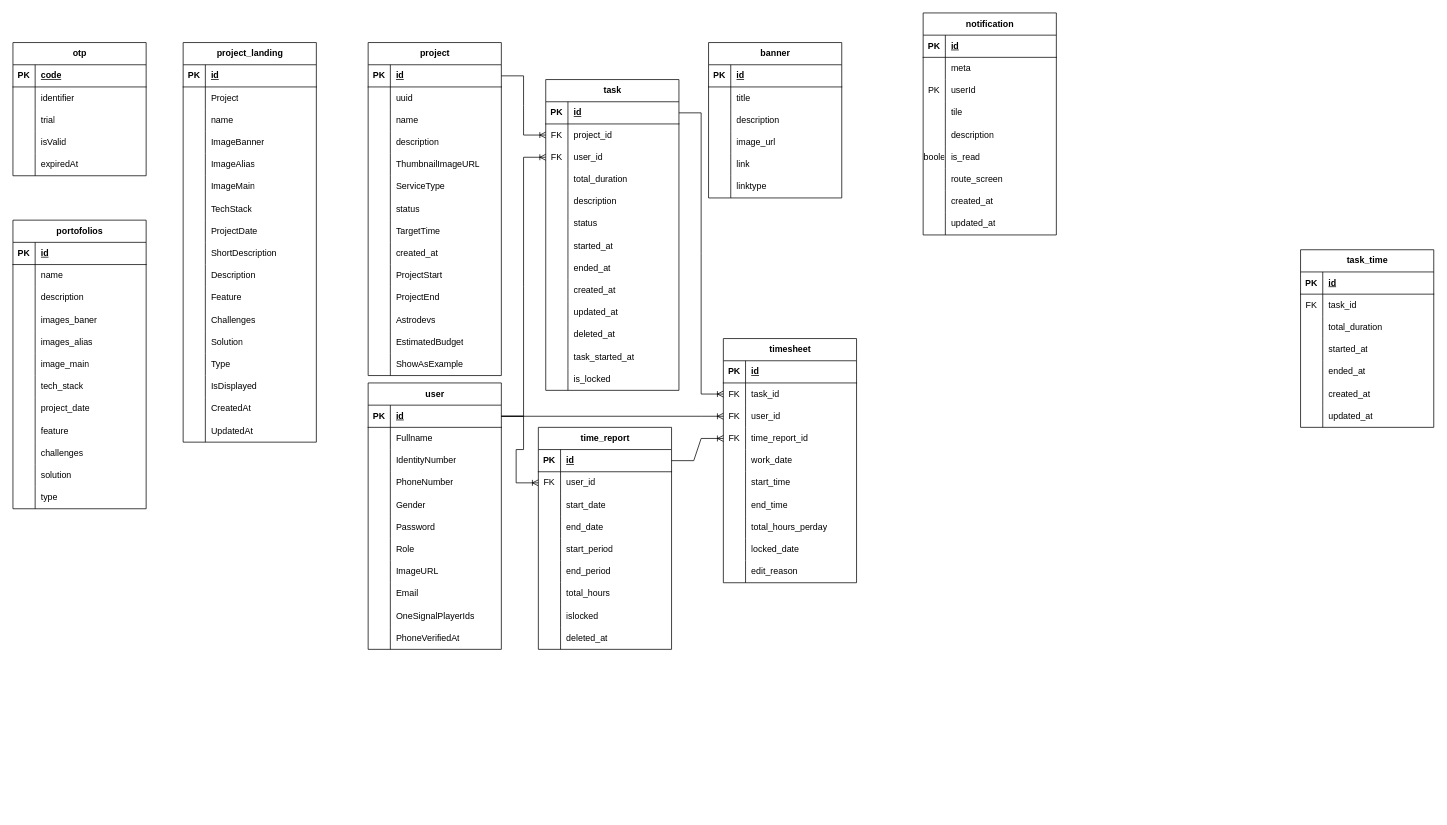
Before: starspace/db_codespacex.drawio in DemoNicky/technical-test, a draw.io diagram. Source tidied: cells renumbered, new cells numbered last; positions are measured from the earlier drawing's top-left corner, leaving out a move shared by most shapes. Both pictures are drawn from the tidied source at 74%, with x=0, y=0 at pixel (13, 13).
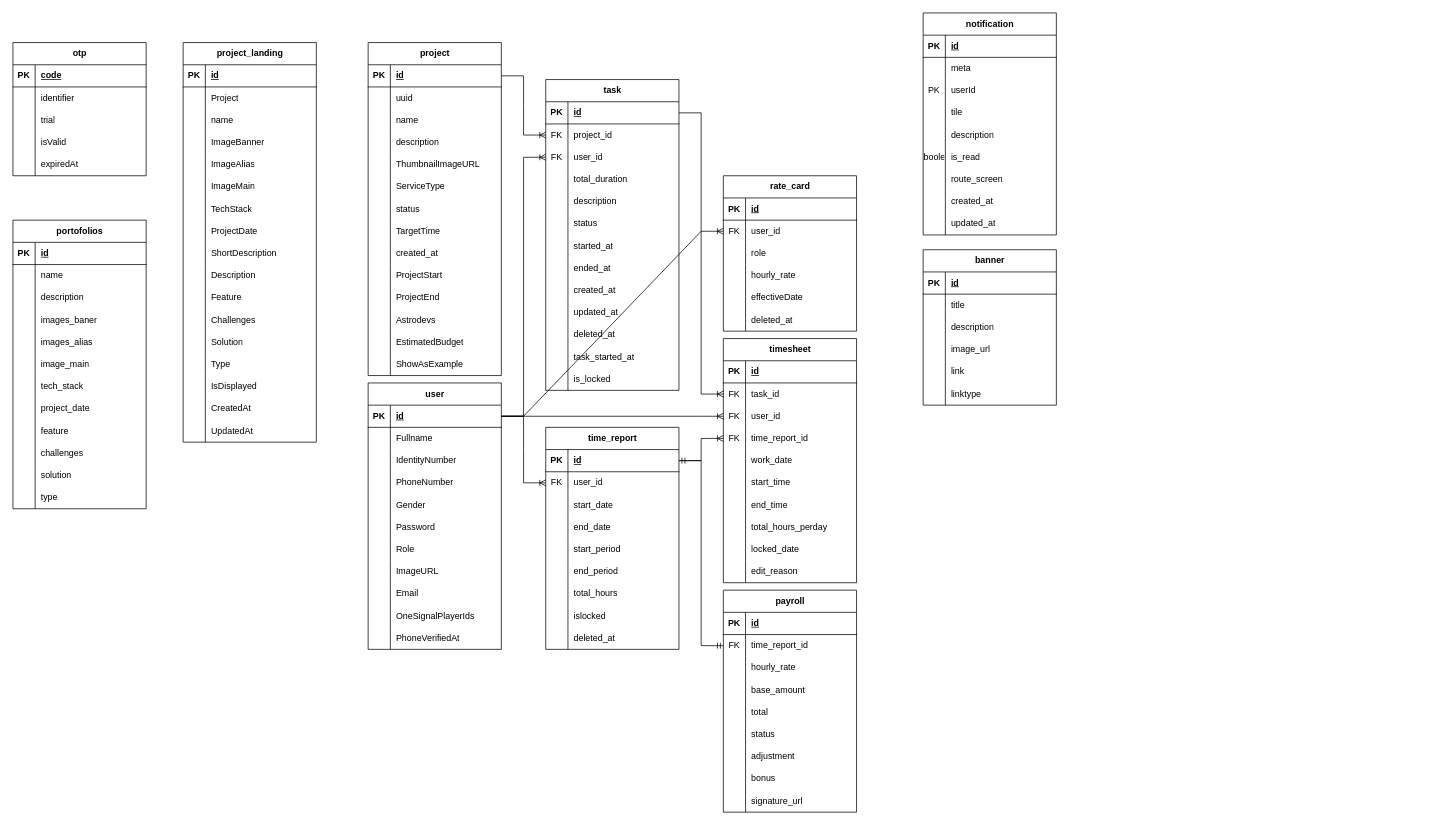
After the change.

The change refers to these unchanged cells:
```xml
<mxCell id="198" style="shape=tableRow;horizontal=0;startSize=0;swimlaneHead=0;swimlaneBody=0;fillColor=none;points=[[0,0.5],[1,0.5]];portConstraint=eastwest;top=0;left=0;right=0;bottom=1;" parent="197" vertex="1">
  <mxGeometry y="30" width="180" height="30" as="geometry" />
</mxCell>
<mxCell id="329" style="shape=tableRow;horizontal=0;startSize=0;swimlaneHead=0;swimlaneBody=0;fillColor=none;points=[[0,0.5],[1,0.5]];portConstraint=eastwest;top=0;left=0;right=0;bottom=1;" parent="328" vertex="1">
  <mxGeometry y="30" width="180" height="30" as="geometry" />
</mxCell>
```

The edit, as a diff of the source:
```diff
@@
     <mxCell id="18" value="banner" style="shape=table;startSize=30;childLayout=tableLayout;rowLines=0;fontStyle=1;align=center;html=1;" parent="1" vertex="1">
-      <mxGeometry x="940" y="40" width="180" height="210" as="geometry" />
+      <mxGeometry x="1230" y="320" width="180" height="210" as="geometry" />
     </mxCell>
@@
-    <mxCell id="271" value="task_time" style="shape=table;startSize=30;childLayout=tableLayout;rowLines=0;fontStyle=1;align=center;html=1;" parent="1" vertex="1">
-      <mxGeometry x="1740" y="320" width="180" height="240" as="geometry" />
-    </mxCell>
-    <mxCell id="272" style="shape=tableRow;horizontal=0;startSize=0;swimlaneHead=0;swimlaneBody=0;fillColor=none;top=0;left=0;right=0;bottom=1;" parent="271" vertex="1">
-      <mxGeometry y="30" width="180" height="30" as="geometry" />
-    </mxCell>
-    <mxCell id="273" value="PK" style="shape=partialRectangle;fillColor=none;top=0;left=0;bottom=0;right=0;fontStyle=1;overflow=hidden;whiteSpace=wrap;html=1;" parent="272" vertex="1">
-      <mxGeometry width="30" height="30" as="geometry" />
-    </mxCell>
-    <mxCell id="274" value="id" style="shape=partialRectangle;fillColor=none;top=0;left=0;bottom=0;right=0;align=left;spacingLeft=6;fontStyle=5;overflow=hidden;whiteSpace=wrap;html=1;" parent="272" vertex="1">
-      <mxGeometry x="30" width="150" height="30" as="geometry" />
-    </mxCell>
-    <mxCell id="275" style="shape=tableRow;horizontal=0;startSize=0;swimlaneHead=0;swimlaneBody=0;fillColor=none;top=0;left=0;right=0;bottom=0;" parent="271" vertex="1">
-      <mxGeometry y="60" width="180" height="30" as="geometry" />
-    </mxCell>
-    <mxCell id="276" value="FK" style="shape=partialRectangle;fillColor=none;top=0;left=0;bottom=0;right=0;overflow=hidden;whiteSpace=wrap;html=1;" parent="275" vertex="1">
-      <mxGeometry width="30" height="30" as="geometry" />
-    </mxCell>
-    <mxCell id="277" value="task_id" style="shape=partialRectangle;fillColor=none;top=0;left=0;bottom=0;right=0;align=left;spacingLeft=6;overflow=hidden;whiteSpace=wrap;html=1;" parent="275" vertex="1">
-      <mxGeometry x="30" width="150" height="30" as="geometry" />
-    </mxCell>
-    <mxCell id="278" style="shape=tableRow;horizontal=0;startSize=0;swimlaneHead=0;swimlaneBody=0;fillColor=none;top=0;left=0;right=0;bottom=0;" parent="271" vertex="1">
-      <mxGeometry y="90" width="180" height="30" as="geometry" />
-    </mxCell>
-    <mxCell id="279" style="shape=partialRectangle;fillColor=none;top=0;left=0;bottom=0;right=0;overflow=hidden;whiteSpace=wrap;html=1;" parent="278" vertex="1">
-      <mxGeometry width="30" height="30" as="geometry" />
-    </mxCell>
-    <mxCell id="280" value="total_duration" style="shape=partialRectangle;fillColor=none;top=0;left=0;bottom=0;right=0;align=left;spacingLeft=6;overflow=hidden;whiteSpace=wrap;html=1;" parent="278" vertex="1">
-      <mxGeometry x="30" width="150" height="30" as="geometry" />
-    </mxCell>
-    <mxCell id="281" style="shape=tableRow;horizontal=0;startSize=0;swimlaneHead=0;swimlaneBody=0;fillColor=none;top=0;left=0;right=0;bottom=0;" parent="271" vertex="1">
-      <mxGeometry y="120" width="180" height="30" as="geometry" />
-    </mxCell>
-    <mxCell id="282" style="shape=partialRectangle;fillColor=none;top=0;left=0;bottom=0;right=0;overflow=hidden;whiteSpace=wrap;html=1;" parent="281" vertex="1">
-      <mxGeometry width="30" height="30" as="geometry" />
-    </mxCell>
-    <mxCell id="283" value="started_at" style="shape=partialRectangle;fillColor=none;top=0;left=0;bottom=0;right=0;align=left;spacingLeft=6;overflow=hidden;whiteSpace=wrap;html=1;" parent="281" vertex="1">
-      <mxGeometry x="30" width="150" height="30" as="geometry" />
-    </mxCell>
-    <mxCell id="284" style="shape=tableRow;horizontal=0;startSize=0;swimlaneHead=0;swimlaneBody=0;fillColor=none;top=0;left=0;right=0;bottom=0;" parent="271" vertex="1">
-      <mxGeometry y="150" width="180" height="30" as="geometry" />
-    </mxCell>
-    <mxCell id="285" style="shape=partialRectangle;fillColor=none;top=0;left=0;bottom=0;right=0;overflow=hidden;whiteSpace=wrap;html=1;" parent="284" vertex="1">
-      <mxGeometry width="30" height="30" as="geometry" />
-    </mxCell>
-    <mxCell id="286" value="ended_at" style="shape=partialRectangle;fillColor=none;top=0;left=0;bottom=0;right=0;align=left;spacingLeft=6;overflow=hidden;whiteSpace=wrap;html=1;" parent="284" vertex="1">
-      <mxGeometry x="30" width="150" height="30" as="geometry" />
-    </mxCell>
-    <mxCell id="287" style="shape=tableRow;horizontal=0;startSize=0;swimlaneHead=0;swimlaneBody=0;fillColor=none;top=0;left=0;right=0;bottom=0;" parent="271" vertex="1">
-      <mxGeometry y="180" width="180" height="30" as="geometry" />
-    </mxCell>
-    <mxCell id="288" style="shape=partialRectangle;fillColor=none;top=0;left=0;bottom=0;right=0;overflow=hidden;whiteSpace=wrap;html=1;" parent="287" vertex="1">
-      <mxGeometry width="30" height="30" as="geometry" />
-    </mxCell>
-    <mxCell id="289" value="created_at" style="shape=partialRectangle;fillColor=none;top=0;left=0;bottom=0;right=0;align=left;spacingLeft=6;overflow=hidden;whiteSpace=wrap;html=1;" parent="287" vertex="1">
-      <mxGeometry x="30" width="150" height="30" as="geometry" />
-    </mxCell>
-    <mxCell id="290" style="shape=tableRow;horizontal=0;startSize=0;swimlaneHead=0;swimlaneBody=0;fillColor=none;top=0;left=0;right=0;bottom=0;" parent="271" vertex="1">
-      <mxGeometry y="210" width="180" height="30" as="geometry" />
-    </mxCell>
-    <mxCell id="291" style="shape=partialRectangle;fillColor=none;top=0;left=0;bottom=0;right=0;overflow=hidden;whiteSpace=wrap;html=1;" parent="290" vertex="1">
-      <mxGeometry width="30" height="30" as="geometry" />
-    </mxCell>
-    <mxCell id="292" value="updated_at" style="shape=partialRectangle;fillColor=none;top=0;left=0;bottom=0;right=0;align=left;spacingLeft=6;overflow=hidden;whiteSpace=wrap;html=1;" parent="290" vertex="1">
-      <mxGeometry x="30" width="150" height="30" as="geometry" />
-    </mxCell>
@@
     <mxCell id="328" value="time_report" style="shape=table;startSize=30;childLayout=tableLayout;rowLines=0;fontStyle=1;align=center;html=1;" parent="1" vertex="1">
-      <mxGeometry x="710" y="560" width="180" height="300" as="geometry" />
+      <mxGeometry x="720" y="560" width="180" height="300" as="geometry" />
     </mxCell>
@@
+    <mxCell id="358" value="payroll" style="shape=table;startSize=30;childLayout=tableLayout;rowLines=0;fontStyle=1;align=center;html=1;" parent="1" vertex="1">
+      <mxGeometry x="960" y="780" width="180" height="300" as="geometry" />
+    </mxCell>
+    <mxCell id="359" style="shape=tableRow;horizontal=0;startSize=0;swimlaneHead=0;swimlaneBody=0;fillColor=none;top=0;left=0;right=0;bottom=1;" parent="358" vertex="1">
+      <mxGeometry y="30" width="180" height="30" as="geometry" />
+    </mxCell>
+    <mxCell id="360" value="PK" style="shape=partialRectangle;fillColor=none;top=0;left=0;bottom=0;right=0;fontStyle=1;overflow=hidden;whiteSpace=wrap;html=1;" parent="359" vertex="1">
+      <mxGeometry width="30" height="30" as="geometry" />
+    </mxCell>
+    <mxCell id="361" value="id" style="shape=partialRectangle;fillColor=none;top=0;left=0;bottom=0;right=0;align=left;spacingLeft=6;fontStyle=5;overflow=hidden;whiteSpace=wrap;html=1;" parent="359" vertex="1">
+      <mxGeometry x="30" width="150" height="30" as="geometry" />
+    </mxCell>
+    <mxCell id="362" style="shape=tableRow;horizontal=0;startSize=0;swimlaneHead=0;swimlaneBody=0;fillColor=none;points=[[0,0.5],[1,0.5]];portConstraint=eastwest;top=0;left=0;right=0;bottom=0;" parent="358" vertex="1">
+      <mxGeometry y="60" width="180" height="30" as="geometry" />
+    </mxCell>
+    <mxCell id="363" value="FK" style="shape=partialRectangle;fillColor=none;top=0;left=0;bottom=0;right=0;overflow=hidden;whiteSpace=wrap;html=1;" parent="362" vertex="1">
+      <mxGeometry width="30" height="30" as="geometry" />
+    </mxCell>
+    <mxCell id="364" value="time_report_id" style="shape=partialRectangle;fillColor=none;top=0;left=0;bottom=0;right=0;align=left;spacingLeft=6;overflow=hidden;whiteSpace=wrap;html=1;" parent="362" vertex="1">
+      <mxGeometry x="30" width="150" height="30" as="geometry" />
+    </mxCell>
+    <mxCell id="365" style="shape=tableRow;horizontal=0;startSize=0;swimlaneHead=0;swimlaneBody=0;fillColor=none;top=0;left=0;right=0;bottom=0;" parent="358" vertex="1">
+      <mxGeometry y="90" width="180" height="30" as="geometry" />
+    </mxCell>
+    <mxCell id="366" style="shape=partialRectangle;fillColor=none;top=0;left=0;bottom=0;right=0;overflow=hidden;whiteSpace=wrap;html=1;" parent="365" vertex="1">
+      <mxGeometry width="30" height="30" as="geometry" />
+    </mxCell>
+    <mxCell id="367" value="hourly_rate" style="shape=partialRectangle;fillColor=none;top=0;left=0;bottom=0;right=0;align=left;spacingLeft=6;overflow=hidden;whiteSpace=wrap;html=1;" parent="365" vertex="1">
+      <mxGeometry x="30" width="150" height="30" as="geometry" />
+    </mxCell>
+    <mxCell id="368" style="shape=tableRow;horizontal=0;startSize=0;swimlaneHead=0;swimlaneBody=0;fillColor=none;top=0;left=0;right=0;bottom=0;" parent="358" vertex="1">
+      <mxGeometry y="120" width="180" height="30" as="geometry" />
+    </mxCell>
+    <mxCell id="369" style="shape=partialRectangle;fillColor=none;top=0;left=0;bottom=0;right=0;overflow=hidden;whiteSpace=wrap;html=1;" parent="368" vertex="1">
+      <mxGeometry width="30" height="30" as="geometry" />
+    </mxCell>
+    <mxCell id="370" value="base_amount" style="shape=partialRectangle;fillColor=none;top=0;left=0;bottom=0;right=0;align=left;spacingLeft=6;overflow=hidden;whiteSpace=wrap;html=1;" parent="368" vertex="1">
+      <mxGeometry x="30" width="150" height="30" as="geometry" />
+    </mxCell>
+    <mxCell id="371" style="shape=tableRow;horizontal=0;startSize=0;swimlaneHead=0;swimlaneBody=0;fillColor=none;top=0;left=0;right=0;bottom=0;" parent="358" vertex="1">
+      <mxGeometry y="150" width="180" height="30" as="geometry" />
+    </mxCell>
+    <mxCell id="372" style="shape=partialRectangle;fillColor=none;top=0;left=0;bottom=0;right=0;overflow=hidden;whiteSpace=wrap;html=1;" parent="371" vertex="1">
+      <mxGeometry width="30" height="30" as="geometry" />
+    </mxCell>
+    <mxCell id="373" value="total" style="shape=partialRectangle;fillColor=none;top=0;left=0;bottom=0;right=0;align=left;spacingLeft=6;overflow=hidden;whiteSpace=wrap;html=1;" parent="371" vertex="1">
+      <mxGeometry x="30" width="150" height="30" as="geometry" />
+    </mxCell>
+    <mxCell id="374" style="shape=tableRow;horizontal=0;startSize=0;swimlaneHead=0;swimlaneBody=0;fillColor=none;top=0;left=0;right=0;bottom=0;" parent="358" vertex="1">
+      <mxGeometry y="180" width="180" height="30" as="geometry" />
+    </mxCell>
+    <mxCell id="375" style="shape=partialRectangle;fillColor=none;top=0;left=0;bottom=0;right=0;overflow=hidden;whiteSpace=wrap;html=1;" parent="374" vertex="1">
+      <mxGeometry width="30" height="30" as="geometry" />
+    </mxCell>
+    <mxCell id="376" value="status" style="shape=partialRectangle;fillColor=none;top=0;left=0;bottom=0;right=0;align=left;spacingLeft=6;overflow=hidden;whiteSpace=wrap;html=1;" parent="374" vertex="1">
+      <mxGeometry x="30" width="150" height="30" as="geometry" />
+    </mxCell>
+    <mxCell id="290" style="shape=tableRow;horizontal=0;startSize=0;swimlaneHead=0;swimlaneBody=0;fillColor=none;top=0;left=0;right=0;bottom=0;" parent="358" vertex="1">
+      <mxGeometry y="210" width="180" height="30" as="geometry" />
+    </mxCell>
+    <mxCell id="377" style="shape=partialRectangle;fillColor=none;top=0;left=0;bottom=0;right=0;overflow=hidden;whiteSpace=wrap;html=1;" parent="290" vertex="1">
+      <mxGeometry width="30" height="30" as="geometry" />
+    </mxCell>
+    <mxCell id="378" value="adjustment" style="shape=partialRectangle;fillColor=none;top=0;left=0;bottom=0;right=0;align=left;spacingLeft=6;overflow=hidden;whiteSpace=wrap;html=1;" parent="290" vertex="1">
+      <mxGeometry x="30" width="150" height="30" as="geometry" />
+    </mxCell>
+    <mxCell id="379" style="shape=tableRow;horizontal=0;startSize=0;swimlaneHead=0;swimlaneBody=0;fillColor=none;top=0;left=0;right=0;bottom=0;" parent="358" vertex="1">
+      <mxGeometry y="240" width="180" height="30" as="geometry" />
+    </mxCell>
+    <mxCell id="380" style="shape=partialRectangle;fillColor=none;top=0;left=0;bottom=0;right=0;overflow=hidden;whiteSpace=wrap;html=1;" parent="379" vertex="1">
+      <mxGeometry width="30" height="30" as="geometry" />
+    </mxCell>
+    <mxCell id="381" value="bonus" style="shape=partialRectangle;fillColor=none;top=0;left=0;bottom=0;right=0;align=left;spacingLeft=6;overflow=hidden;whiteSpace=wrap;html=1;" parent="379" vertex="1">
+      <mxGeometry x="30" width="150" height="30" as="geometry" />
+    </mxCell>
+    <mxCell id="382" style="shape=tableRow;horizontal=0;startSize=0;swimlaneHead=0;swimlaneBody=0;fillColor=none;top=0;left=0;right=0;bottom=0;" parent="358" vertex="1">
+      <mxGeometry y="270" width="180" height="30" as="geometry" />
+    </mxCell>
+    <mxCell id="383" style="shape=partialRectangle;fillColor=none;top=0;left=0;bottom=0;right=0;overflow=hidden;whiteSpace=wrap;html=1;" parent="382" vertex="1">
+      <mxGeometry width="30" height="30" as="geometry" />
+    </mxCell>
+    <mxCell id="384" value="signature_url" style="shape=partialRectangle;fillColor=none;top=0;left=0;bottom=0;right=0;align=left;spacingLeft=6;overflow=hidden;whiteSpace=wrap;html=1;" parent="382" vertex="1">
+      <mxGeometry x="30" width="150" height="30" as="geometry" />
+    </mxCell>
+    <mxCell id="385" style="edgeStyle=entityRelationEdgeStyle;fontSize=12;html=1;endArrow=ERmandOne;startArrow=ERmandOne;rounded=0;exitX=1;exitY=0.5;exitDx=0;exitDy=0;" parent="1" edge="1" source="329" target="362">
+      <mxGeometry relative="1" as="geometry" />
+    </mxCell>
+    <mxCell id="386" value="rate_card" style="shape=table;startSize=30;childLayout=tableLayout;rowLines=0;fontStyle=1;align=center;html=1;" parent="1" vertex="1">
+      <mxGeometry x="960" y="220" width="180" height="210" as="geometry" />
+    </mxCell>
+    <mxCell id="387" style="shape=tableRow;horizontal=0;startSize=0;swimlaneHead=0;swimlaneBody=0;fillColor=none;top=0;left=0;right=0;bottom=1;" parent="386" vertex="1">
+      <mxGeometry y="30" width="180" height="30" as="geometry" />
+    </mxCell>
+    <mxCell id="388" value="PK" style="shape=partialRectangle;fillColor=none;top=0;left=0;bottom=0;right=0;fontStyle=1;overflow=hidden;whiteSpace=wrap;html=1;" parent="387" vertex="1">
+      <mxGeometry width="30" height="30" as="geometry" />
+    </mxCell>
+    <mxCell id="389" value="id" style="shape=partialRectangle;fillColor=none;top=0;left=0;bottom=0;right=0;align=left;spacingLeft=6;fontStyle=5;overflow=hidden;whiteSpace=wrap;html=1;" parent="387" vertex="1">
+      <mxGeometry x="30" width="150" height="30" as="geometry" />
+    </mxCell>
+    <mxCell id="390" style="shape=tableRow;horizontal=0;startSize=0;swimlaneHead=0;swimlaneBody=0;fillColor=none;points=[[0,0.5],[1,0.5]];portConstraint=eastwest;top=0;left=0;right=0;bottom=0;" parent="386" vertex="1">
+      <mxGeometry y="60" width="180" height="30" as="geometry" />
+    </mxCell>
+    <mxCell id="391" value="FK" style="shape=partialRectangle;fillColor=none;top=0;left=0;bottom=0;right=0;overflow=hidden;whiteSpace=wrap;html=1;" parent="390" vertex="1">
+      <mxGeometry width="30" height="30" as="geometry" />
+    </mxCell>
+    <mxCell id="392" value="user_id" style="shape=partialRectangle;fillColor=none;top=0;left=0;bottom=0;right=0;align=left;spacingLeft=6;overflow=hidden;whiteSpace=wrap;html=1;" parent="390" vertex="1">
+      <mxGeometry x="30" width="150" height="30" as="geometry" />
+    </mxCell>
+    <mxCell id="393" style="shape=tableRow;horizontal=0;startSize=0;swimlaneHead=0;swimlaneBody=0;fillColor=none;top=0;left=0;right=0;bottom=0;" parent="386" vertex="1">
+      <mxGeometry y="90" width="180" height="30" as="geometry" />
+    </mxCell>
+    <mxCell id="394" style="shape=partialRectangle;fillColor=none;top=0;left=0;bottom=0;right=0;overflow=hidden;whiteSpace=wrap;html=1;" parent="393" vertex="1">
+      <mxGeometry width="30" height="30" as="geometry" />
+    </mxCell>
+    <mxCell id="395" value="role" style="shape=partialRectangle;fillColor=none;top=0;left=0;bottom=0;right=0;align=left;spacingLeft=6;overflow=hidden;whiteSpace=wrap;html=1;" parent="393" vertex="1">
+      <mxGeometry x="30" width="150" height="30" as="geometry" />
+    </mxCell>
+    <mxCell id="396" style="shape=tableRow;horizontal=0;startSize=0;swimlaneHead=0;swimlaneBody=0;fillColor=none;top=0;left=0;right=0;bottom=0;" parent="386" vertex="1">
+      <mxGeometry y="120" width="180" height="30" as="geometry" />
+    </mxCell>
+    <mxCell id="397" style="shape=partialRectangle;fillColor=none;top=0;left=0;bottom=0;right=0;overflow=hidden;whiteSpace=wrap;html=1;" parent="396" vertex="1">
+      <mxGeometry width="30" height="30" as="geometry" />
+    </mxCell>
+    <mxCell id="398" value="hourly_rate" style="shape=partialRectangle;fillColor=none;top=0;left=0;bottom=0;right=0;align=left;spacingLeft=6;overflow=hidden;whiteSpace=wrap;html=1;" parent="396" vertex="1">
+      <mxGeometry x="30" width="150" height="30" as="geometry" />
+    </mxCell>
+    <mxCell id="399" style="shape=tableRow;horizontal=0;startSize=0;swimlaneHead=0;swimlaneBody=0;fillColor=none;top=0;left=0;right=0;bottom=0;" parent="386" vertex="1">
+      <mxGeometry y="150" width="180" height="30" as="geometry" />
+    </mxCell>
+    <mxCell id="400" style="shape=partialRectangle;fillColor=none;top=0;left=0;bottom=0;right=0;overflow=hidden;whiteSpace=wrap;html=1;" parent="399" vertex="1">
+      <mxGeometry width="30" height="30" as="geometry" />
+    </mxCell>
+    <mxCell id="401" value="effectiveDate" style="shape=partialRectangle;fillColor=none;top=0;left=0;bottom=0;right=0;align=left;spacingLeft=6;overflow=hidden;whiteSpace=wrap;html=1;" parent="399" vertex="1">
+      <mxGeometry x="30" width="150" height="30" as="geometry" />
+    </mxCell>
+    <mxCell id="402" style="shape=tableRow;horizontal=0;startSize=0;swimlaneHead=0;swimlaneBody=0;fillColor=none;top=0;left=0;right=0;bottom=0;" parent="386" vertex="1">
+      <mxGeometry y="180" width="180" height="30" as="geometry" />
+    </mxCell>
+    <mxCell id="403" style="shape=partialRectangle;fillColor=none;top=0;left=0;bottom=0;right=0;overflow=hidden;whiteSpace=wrap;html=1;" parent="402" vertex="1">
+      <mxGeometry width="30" height="30" as="geometry" />
+    </mxCell>
+    <mxCell id="404" value="deleted_at" style="shape=partialRectangle;fillColor=none;top=0;left=0;bottom=0;right=0;align=left;spacingLeft=6;overflow=hidden;whiteSpace=wrap;html=1;" parent="402" vertex="1">
+      <mxGeometry x="30" width="150" height="30" as="geometry" />
+    </mxCell>
+    <mxCell id="405" style="edgeStyle=entityRelationEdgeStyle;fontSize=12;html=1;endArrow=ERoneToMany;rounded=0;exitX=1;exitY=0.5;exitDx=0;exitDy=0;entryX=0;entryY=0.5;entryDx=0;entryDy=0;" parent="1" edge="1" source="198" target="390">
+      <mxGeometry relative="1" as="geometry" />
+    </mxCell>
```
